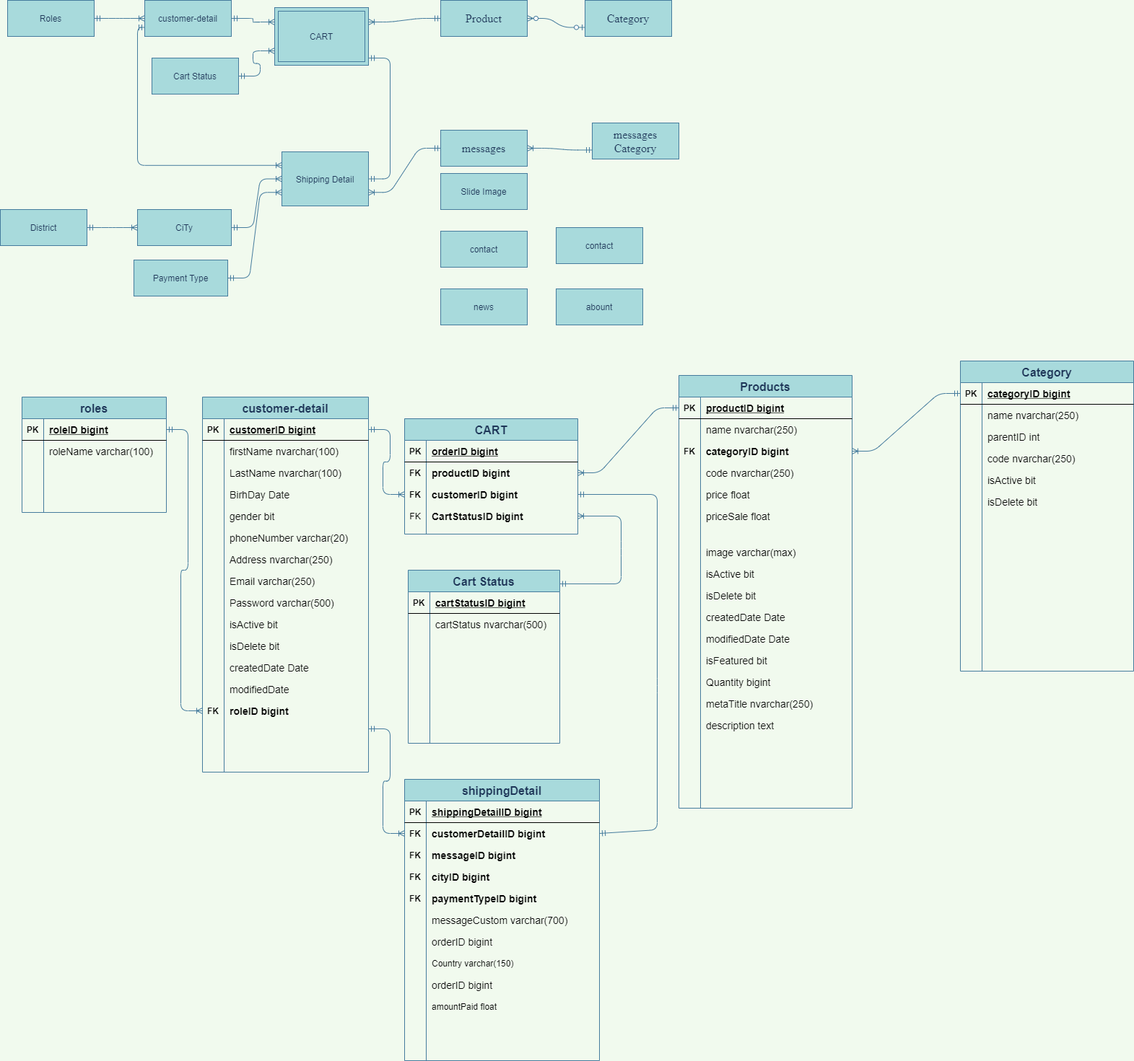
maialino123/Eproject-SEM3 keeps this draw.io diagram as Untitled Diagram.png. Above is the earlier version. Source tidied: cells renumbered, new cells last; positions are measured from the earlier drawing's top-left corner, leaving out a move shared by most shapes.
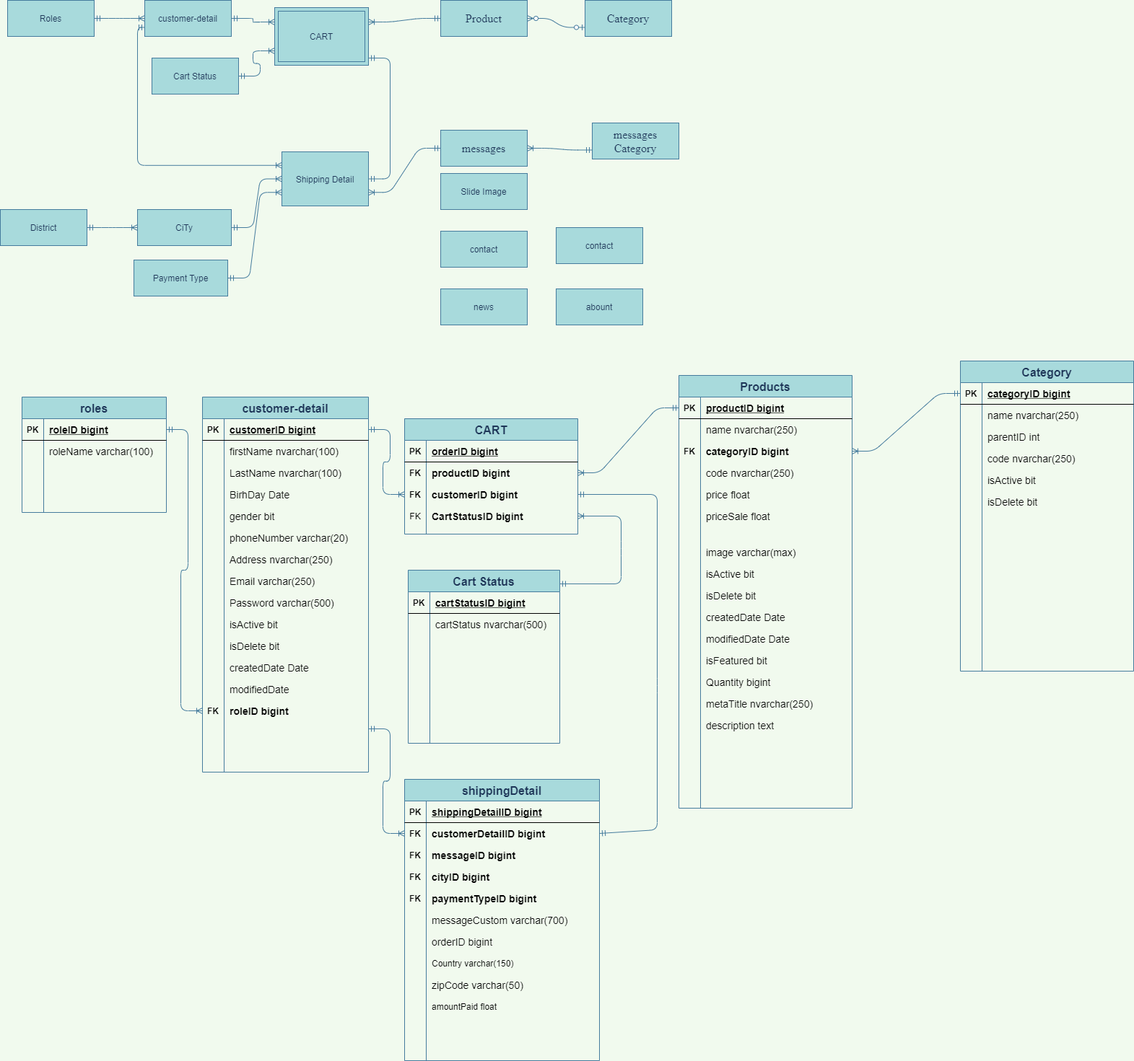
The same diagram one commit later.

The edit, as a diff of the source:
```diff
@@ -676,7 +676,7 @@
     <mxCell id="223" style="shape=partialRectangle;fillColor=none;top=0;left=0;bottom=0;right=0;overflow=hidden;fontStyle=1;" parent="222" vertex="1">
       <mxGeometry width="30" height="30" as="geometry" />
     </mxCell>
-    <mxCell id="224" value="orderID bigint" style="shape=partialRectangle;fillColor=none;top=0;left=0;bottom=0;right=0;align=left;spacingLeft=6;overflow=hidden;fontSize=14;fontStyle=0;" parent="222" vertex="1">
+    <mxCell id="224" value="zipCode varchar(50)" style="shape=partialRectangle;fillColor=none;top=0;left=0;bottom=0;right=0;align=left;spacingLeft=6;overflow=hidden;fontSize=14;fontStyle=0;" parent="222" vertex="1">
       <mxGeometry x="30" width="240" height="30" as="geometry" />
     </mxCell>
     <mxCell id="225" style="shape=partialRectangle;fillColor=none;top=0;left=0;bottom=0;right=0;" parent="197" vertex="1">
```
